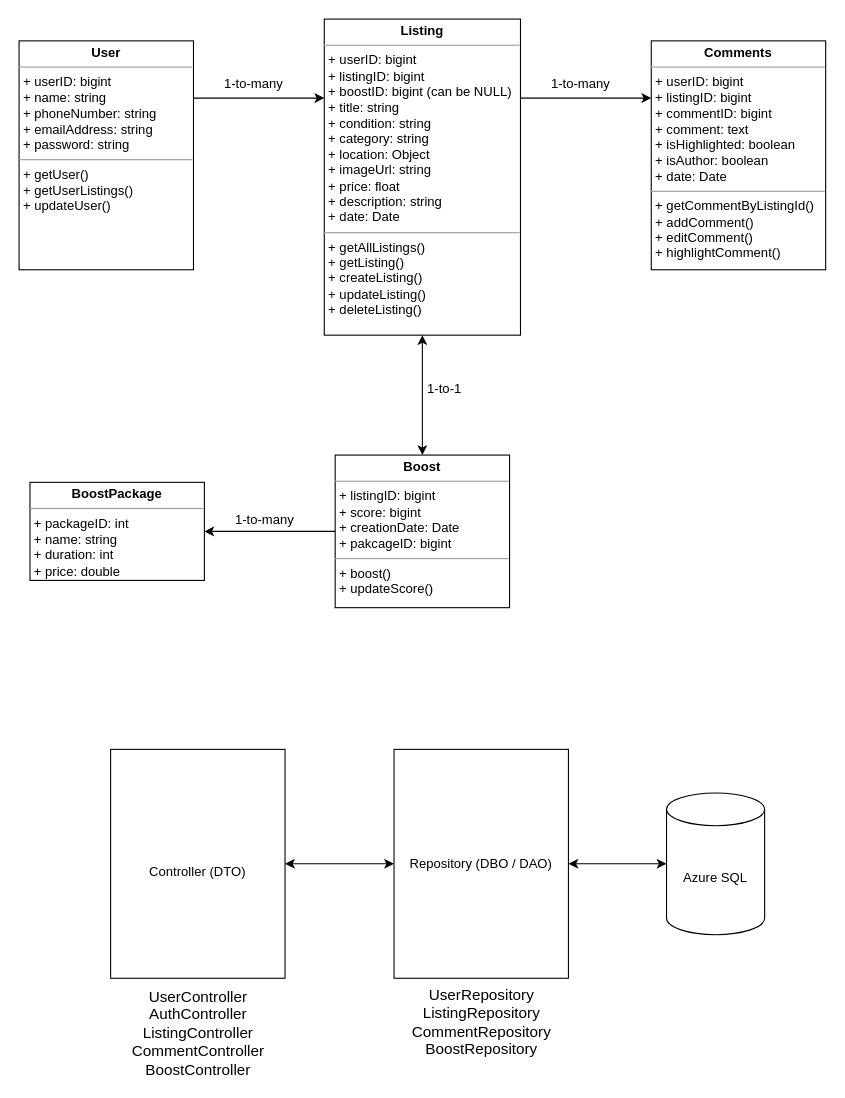
Above: docs/drawio/class-diagram.drawio in devin-efendy/fujiji (draw.io), before the change. Source tidied: cells renumbered, new cells numbered last; positions are measured from the earlier drawing's top-left corner, leaving out a move shared by most shapes. Both pictures are drawn from the tidied source at 109%, with x=0, y=0 at pixel (19, 19).
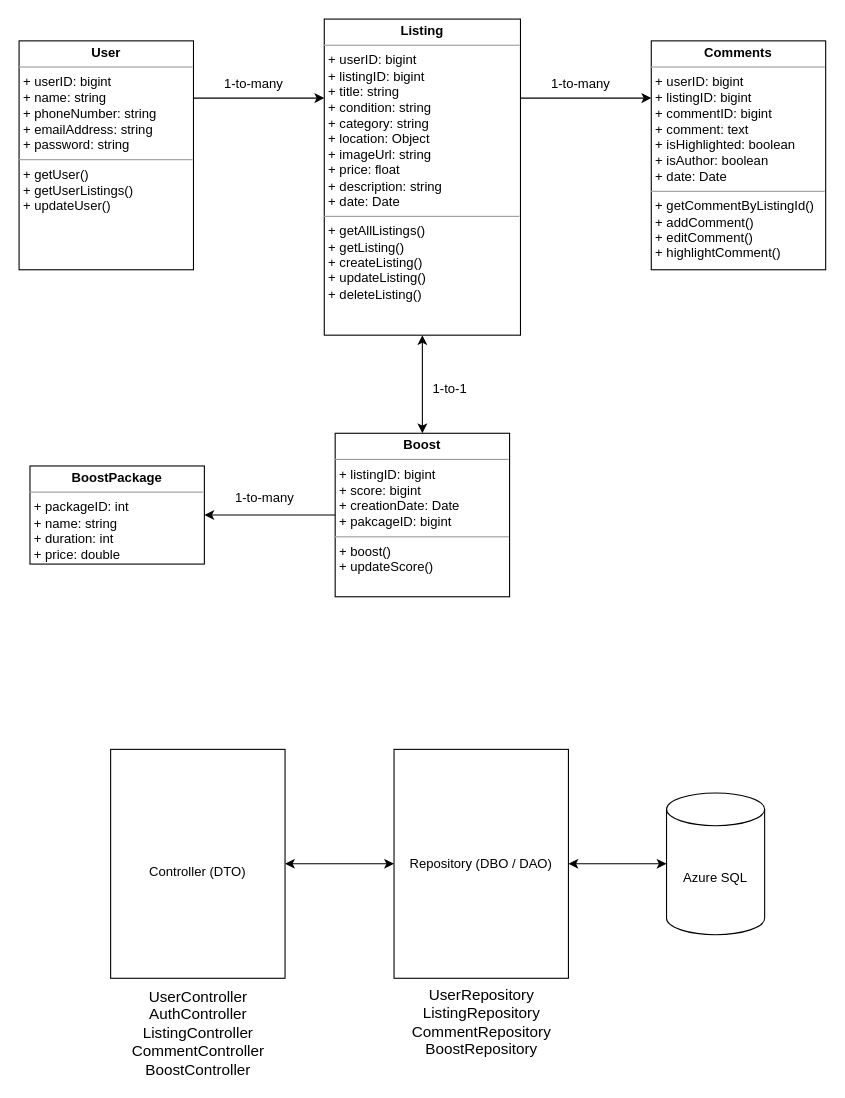
Above is the later version.

Commit message:
Update Boost table class diagram

What changed in the source:
```diff
@@
-    <mxCell id="4" value="&lt;p style=&quot;margin: 0px ; margin-top: 4px ; text-align: center&quot;&gt;&lt;b&gt;Listing&lt;/b&gt;&lt;/p&gt;&lt;hr size=&quot;1&quot;&gt;&lt;p style=&quot;margin: 0px ; margin-left: 4px&quot;&gt;+ userID: bigint&lt;/p&gt;&lt;p style=&quot;margin: 0px ; margin-left: 4px&quot;&gt;+ listingID: bigint&lt;br&gt;&lt;/p&gt;&lt;p style=&quot;margin: 0px ; margin-left: 4px&quot;&gt;+ boostID: bigint (can be NULL)&lt;/p&gt;&lt;p style=&quot;margin: 0px ; margin-left: 4px&quot;&gt;+ title: string&lt;/p&gt;&lt;p style=&quot;margin: 0px ; margin-left: 4px&quot;&gt;+ condition: string&lt;/p&gt;&lt;p style=&quot;margin: 0px ; margin-left: 4px&quot;&gt;+ category: string&lt;/p&gt;&lt;p style=&quot;margin: 0px ; margin-left: 4px&quot;&gt;+ location: Object&lt;/p&gt;&lt;p style=&quot;margin: 0px ; margin-left: 4px&quot;&gt;+ imageUrl: string&lt;/p&gt;&lt;p style=&quot;margin: 0px ; margin-left: 4px&quot;&gt;+ price: float&lt;/p&gt;&lt;p style=&quot;margin: 0px ; margin-left: 4px&quot;&gt;+ description: string&lt;/p&gt;&lt;p style=&quot;margin: 0px ; margin-left: 4px&quot;&gt;+ date: Date&lt;/p&gt;&lt;hr size=&quot;1&quot;&gt;&lt;p style=&quot;margin: 0px ; margin-left: 4px&quot;&gt;+ getAllListings()&lt;br&gt;&lt;/p&gt;&lt;p style=&quot;margin: 0px ; margin-left: 4px&quot;&gt;+ getListing()&lt;/p&gt;&lt;p style=&quot;margin: 0px ; margin-left: 4px&quot;&gt;+ createListing()&lt;/p&gt;&lt;p style=&quot;margin: 0px ; margin-left: 4px&quot;&gt;+ updateListing()&lt;/p&gt;&lt;p style=&quot;margin: 0px ; margin-left: 4px&quot;&gt;+ deleteListing()&lt;/p&gt;" style="verticalAlign=top;align=left;overflow=fill;fontSize=12;fontFamily=Helvetica;html=1;" parent="1" vertex="1">
+    <mxCell id="4" value="&lt;p style=&quot;margin: 0px ; margin-top: 4px ; text-align: center&quot;&gt;&lt;b&gt;Listing&lt;/b&gt;&lt;/p&gt;&lt;hr size=&quot;1&quot;&gt;&lt;p style=&quot;margin: 0px ; margin-left: 4px&quot;&gt;+ userID: bigint&lt;/p&gt;&lt;p style=&quot;margin: 0px ; margin-left: 4px&quot;&gt;+ listingID: bigint&lt;br&gt;&lt;/p&gt;&lt;p style=&quot;margin: 0px ; margin-left: 4px&quot;&gt;+ title: string&lt;br&gt;&lt;/p&gt;&lt;p style=&quot;margin: 0px ; margin-left: 4px&quot;&gt;+ condition: string&lt;/p&gt;&lt;p style=&quot;margin: 0px ; margin-left: 4px&quot;&gt;+ category: string&lt;/p&gt;&lt;p style=&quot;margin: 0px ; margin-left: 4px&quot;&gt;+ location: Object&lt;/p&gt;&lt;p style=&quot;margin: 0px ; margin-left: 4px&quot;&gt;+ imageUrl: string&lt;/p&gt;&lt;p style=&quot;margin: 0px ; margin-left: 4px&quot;&gt;+ price: float&lt;/p&gt;&lt;p style=&quot;margin: 0px ; margin-left: 4px&quot;&gt;+ description: string&lt;/p&gt;&lt;p style=&quot;margin: 0px ; margin-left: 4px&quot;&gt;+ date: Date&lt;/p&gt;&lt;hr size=&quot;1&quot;&gt;&lt;p style=&quot;margin: 0px ; margin-left: 4px&quot;&gt;+ getAllListings()&lt;br&gt;&lt;/p&gt;&lt;p style=&quot;margin: 0px ; margin-left: 4px&quot;&gt;+ getListing()&lt;/p&gt;&lt;p style=&quot;margin: 0px ; margin-left: 4px&quot;&gt;+ createListing()&lt;/p&gt;&lt;p style=&quot;margin: 0px ; margin-left: 4px&quot;&gt;+ updateListing()&lt;/p&gt;&lt;p style=&quot;margin: 0px ; margin-left: 4px&quot;&gt;+ deleteListing()&lt;/p&gt;" style="verticalAlign=top;align=left;overflow=fill;fontSize=12;fontFamily=Helvetica;html=1;" parent="1" vertex="1">
       <mxGeometry x="280" width="180" height="290" as="geometry" />
     </mxCell>
@@
-    <mxCell id="14" value="&lt;p style=&quot;margin: 0px ; margin-top: 4px ; text-align: center&quot;&gt;&lt;b&gt;Boost&lt;/b&gt;&lt;/p&gt;&lt;hr size=&quot;1&quot;&gt;&lt;p style=&quot;margin: 0px ; margin-left: 4px&quot;&gt;+ listingID: bigint&lt;/p&gt;&lt;p style=&quot;margin: 0px ; margin-left: 4px&quot;&gt;+ score: bigint&lt;/p&gt;&lt;p style=&quot;margin: 0px ; margin-left: 4px&quot;&gt;+ creationDate: Date&lt;/p&gt;&lt;p style=&quot;margin: 0px ; margin-left: 4px&quot;&gt;+ pakcageID: bigint&lt;br&gt;&lt;/p&gt;&lt;hr size=&quot;1&quot;&gt;&lt;p style=&quot;margin: 0px ; margin-left: 4px&quot;&gt;+ boost()&lt;/p&gt;&lt;p style=&quot;margin: 0px ; margin-left: 4px&quot;&gt;+ updateScore()&lt;/p&gt;" style="verticalAlign=top;align=left;overflow=fill;fontSize=12;fontFamily=Helvetica;html=1;" parent="1" vertex="1">
-      <mxGeometry x="290" y="400" width="160" height="140" as="geometry" />
+    <mxCell id="14" value="&lt;p style=&quot;margin: 0px ; margin-top: 4px ; text-align: center&quot;&gt;&lt;b&gt;Boost&lt;/b&gt;&lt;/p&gt;&lt;hr size=&quot;1&quot;&gt;&lt;p style=&quot;margin: 0px ; margin-left: 4px&quot;&gt;+ listingID: bigint&lt;/p&gt;&lt;p style=&quot;margin: 0px ; margin-left: 4px&quot;&gt;+ score: bigint&lt;br&gt;&lt;/p&gt;&lt;p style=&quot;margin: 0px ; margin-left: 4px&quot;&gt;+ creationDate: Date&lt;/p&gt;&lt;p style=&quot;margin: 0px ; margin-left: 4px&quot;&gt;+ pakcageID: bigint&lt;br&gt;&lt;/p&gt;&lt;hr size=&quot;1&quot;&gt;&lt;p style=&quot;margin: 0px ; margin-left: 4px&quot;&gt;+ boost()&lt;/p&gt;&lt;p style=&quot;margin: 0px ; margin-left: 4px&quot;&gt;+ updateScore()&lt;/p&gt;" style="verticalAlign=top;align=left;overflow=fill;fontSize=12;fontFamily=Helvetica;html=1;" parent="1" vertex="1">
+      <mxGeometry x="290" y="380" width="160" height="150" as="geometry" />
     </mxCell>
@@
     <mxCell id="18" value="1-to-1" style="text;html=1;align=center;verticalAlign=middle;strokeColor=none;fillColor=none;" parent="1" vertex="1">
-      <mxGeometry x="365" y="330" width="50" height="20" as="geometry" />
+      <mxGeometry x="370" y="330" width="50" height="20" as="geometry" />
     </mxCell>
     <mxCell id="19" value="&lt;p style=&quot;margin: 0px ; margin-top: 4px ; text-align: center&quot;&gt;&lt;b&gt;BoostPackage&lt;/b&gt;&lt;/p&gt;&lt;hr size=&quot;1&quot;&gt;&lt;p style=&quot;margin: 0px ; margin-left: 4px&quot;&gt;+ packageID: int&lt;/p&gt;&lt;p style=&quot;margin: 0px ; margin-left: 4px&quot;&gt;+ name: string&lt;/p&gt;&lt;p style=&quot;margin: 0px ; margin-left: 4px&quot;&gt;+ duration: int&lt;/p&gt;&lt;p style=&quot;margin: 0px ; margin-left: 4px&quot;&gt;+ price: double&lt;/p&gt;&lt;hr size=&quot;1&quot;&gt;&lt;p style=&quot;margin: 0px ; margin-left: 4px&quot;&gt;&lt;br&gt;&lt;/p&gt;" style="verticalAlign=top;align=left;overflow=fill;fontSize=12;fontFamily=Helvetica;html=1;" parent="1" vertex="1">
-      <mxGeometry x="10" y="425" width="160" height="90" as="geometry" />
+      <mxGeometry x="10" y="410" width="160" height="90" as="geometry" />
     </mxCell>
@@
     <mxCell id="21" value="1-to-many" style="text;html=1;align=center;verticalAlign=middle;strokeColor=none;fillColor=none;" parent="1" vertex="1">
-      <mxGeometry x="190" y="450" width="70" height="20" as="geometry" />
+      <mxGeometry x="190" y="430" width="70" height="20" as="geometry" />
     </mxCell>
```
